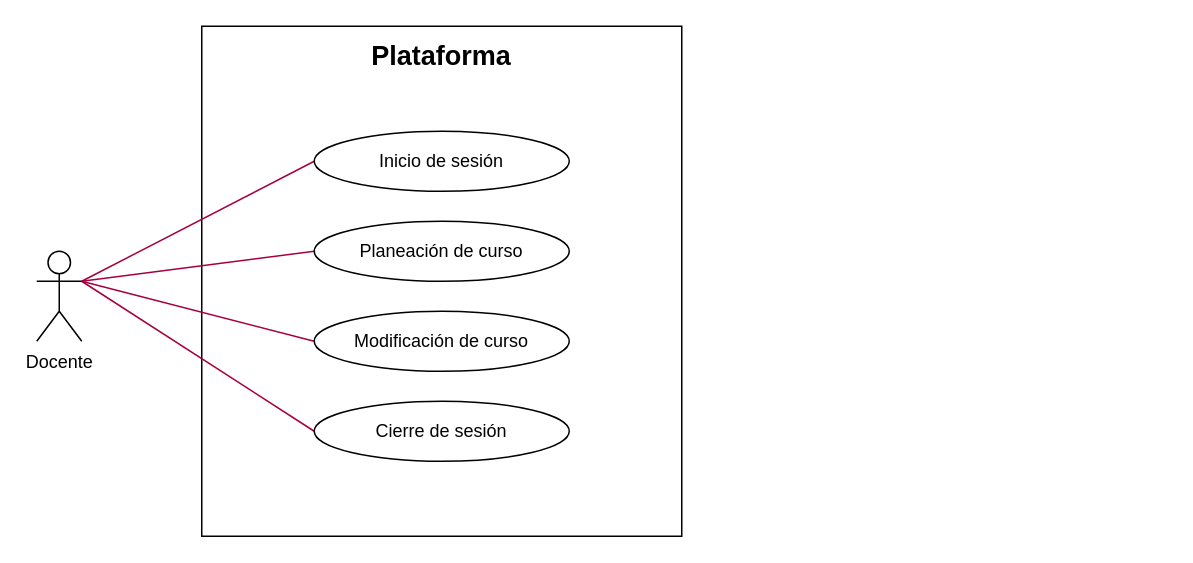
GustavoValadez/An-lisis-Avanzado-Software keeps this draw.io diagram as Unidad_2/C1.4_UML_Casos_de_uso4.drawio. Above is the earlier version. Source tidied: cells renumbered, new cells numbered last; positions are measured from the earlier drawing's top-left corner, leaving out a move shared by most shapes. Both pictures are drawn from the tidied source at 150%, with x=0, y=0 at pixel (36, 26).
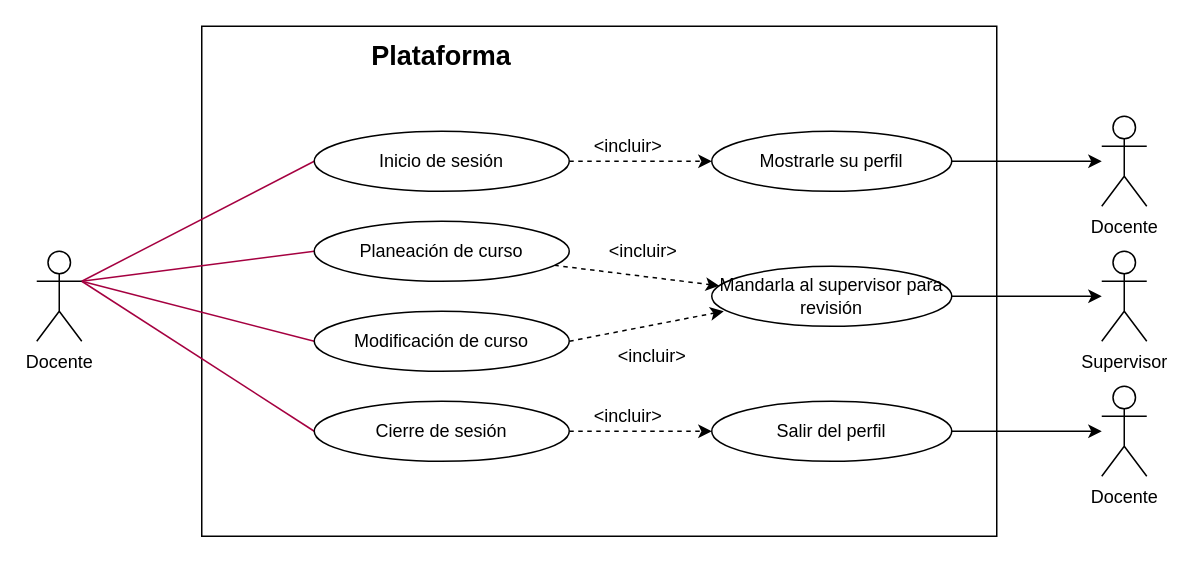
Above is the later version.

Unchanged cells that the change refers to:
```xml
<mxCell id="9" value="Inicio de sesión" style="ellipse;whiteSpace=wrap;html=1;" parent="1" vertex="1">
  <mxGeometry x="185" y="70" width="170" height="40" as="geometry" />
</mxCell>
<mxCell id="10" value="Planeación de curso" style="ellipse;whiteSpace=wrap;html=1;" parent="1" vertex="1">
  <mxGeometry x="185" y="130" width="170" height="40" as="geometry" />
</mxCell>
<mxCell id="11" value="Modificación de curso" style="ellipse;whiteSpace=wrap;html=1;" parent="1" vertex="1">
  <mxGeometry x="185" y="190" width="170" height="40" as="geometry" />
</mxCell>
<mxCell id="12" value="Cierre de sesión" style="ellipse;whiteSpace=wrap;html=1;" parent="1" vertex="1">
  <mxGeometry x="185" y="250" width="170" height="40" as="geometry" />
</mxCell>
```

Change to the diagram source:
```diff
@@
     <mxCell id="2" style="rounded=0;whiteSpace=wrap;html=1;" parent="1" vertex="1">
-      <mxGeometry x="110" width="320" height="340" as="geometry" />
+      <mxGeometry x="110" width="530" height="340" as="geometry" />
     </mxCell>
@@
+    <mxCell id="13" style="edgeStyle=orthogonalEdgeStyle;rounded=0;jettySize=auto;html=1;entryX=0;entryY=0.5;entryDx=0;entryDy=0;dashed=1;" parent="1" edge="1" source="9" target="18">
+      <mxGeometry relative="1" as="geometry" />
+    </mxCell>
@@
+    <mxCell id="14" style="rounded=0;jettySize=auto;html=1;entryX=0.031;entryY=0.325;entryDx=0;entryDy=0;dashed=1;entryPerimeter=0;" parent="1" edge="1" source="10" target="20">
+      <mxGeometry relative="1" as="geometry" />
+    </mxCell>
@@
+    <mxCell id="15" style="rounded=0;jettySize=auto;html=1;exitX=1;exitY=0.5;exitDx=0;exitDy=0;entryX=0.05;entryY=0.75;entryDx=0;entryDy=0;entryPerimeter=0;dashed=1;" parent="1" edge="1" source="11" target="20">
+      <mxGeometry relative="1" as="geometry" />
+    </mxCell>
@@
+    <mxCell id="16" style="edgeStyle=none;rounded=0;jettySize=auto;html=1;entryX=0;entryY=0.5;entryDx=0;entryDy=0;dashed=1;" parent="1" edge="1" source="12" target="22">
+      <mxGeometry relative="1" as="geometry" />
+    </mxCell>
@@
+    <mxCell id="17" style="edgeStyle=none;rounded=0;jettySize=auto;html=1;" parent="1" edge="1" source="18" target="27">
+      <mxGeometry relative="1" as="geometry" />
+    </mxCell>
+    <mxCell id="18" value="Mostrarle su perfil" style="ellipse;whiteSpace=wrap;html=1;" parent="1" vertex="1">
+      <mxGeometry x="450" y="70" width="160" height="40" as="geometry" />
+    </mxCell>
+    <mxCell id="19" style="edgeStyle=none;rounded=0;jettySize=auto;html=1;" parent="1" edge="1" source="20" target="28">
+      <mxGeometry relative="1" as="geometry" />
+    </mxCell>
+    <mxCell id="20" value="Mandarla al supervisor para revisión" style="ellipse;whiteSpace=wrap;html=1;" parent="1" vertex="1">
+      <mxGeometry x="450" y="160" width="160" height="40" as="geometry" />
+    </mxCell>
+    <mxCell id="21" style="edgeStyle=none;rounded=0;jettySize=auto;html=1;" parent="1" edge="1" source="22" target="29">
+      <mxGeometry relative="1" as="geometry" />
+    </mxCell>
+    <mxCell id="22" value="Salir del perfil" style="ellipse;whiteSpace=wrap;html=1;" parent="1" vertex="1">
+      <mxGeometry x="450" y="250" width="160" height="40" as="geometry" />
+    </mxCell>
+    <mxCell id="23" value="&amp;lt;incluir&amp;gt;" style="text;html=1;align=center;verticalAlign=middle;" parent="1" vertex="1">
+      <mxGeometry x="364" y="70" width="60" height="20" as="geometry" />
+    </mxCell>
+    <mxCell id="24" value="&amp;lt;incluir&amp;gt;" style="text;html=1;align=center;verticalAlign=middle;" parent="1" vertex="1">
+      <mxGeometry x="374" y="140" width="60" height="20" as="geometry" />
+    </mxCell>
+    <mxCell id="25" value="&amp;lt;incluir&amp;gt;" style="text;html=1;align=center;verticalAlign=middle;" parent="1" vertex="1">
+      <mxGeometry x="380" y="210" width="60" height="20" as="geometry" />
+    </mxCell>
+    <mxCell id="26" value="&amp;lt;incluir&amp;gt;" style="text;html=1;align=center;verticalAlign=middle;" parent="1" vertex="1">
+      <mxGeometry x="364" y="250" width="60" height="20" as="geometry" />
+    </mxCell>
+    <mxCell id="27" value="Docente" style="shape=umlActor;verticalLabelPosition=bottom;verticalAlign=top;html=1;outlineConnect=0;" parent="1" vertex="1">
+      <mxGeometry x="710" y="60" width="30" height="60" as="geometry" />
+    </mxCell>
+    <mxCell id="28" value="Supervisor" style="shape=umlActor;verticalLabelPosition=bottom;verticalAlign=top;html=1;outlineConnect=0;" parent="1" vertex="1">
+      <mxGeometry x="710" y="150" width="30" height="60" as="geometry" />
+    </mxCell>
+    <mxCell id="29" value="Docente" style="shape=umlActor;verticalLabelPosition=bottom;verticalAlign=top;html=1;outlineConnect=0;" parent="1" vertex="1">
+      <mxGeometry x="710" y="240" width="30" height="60" as="geometry" />
+    </mxCell>
```
